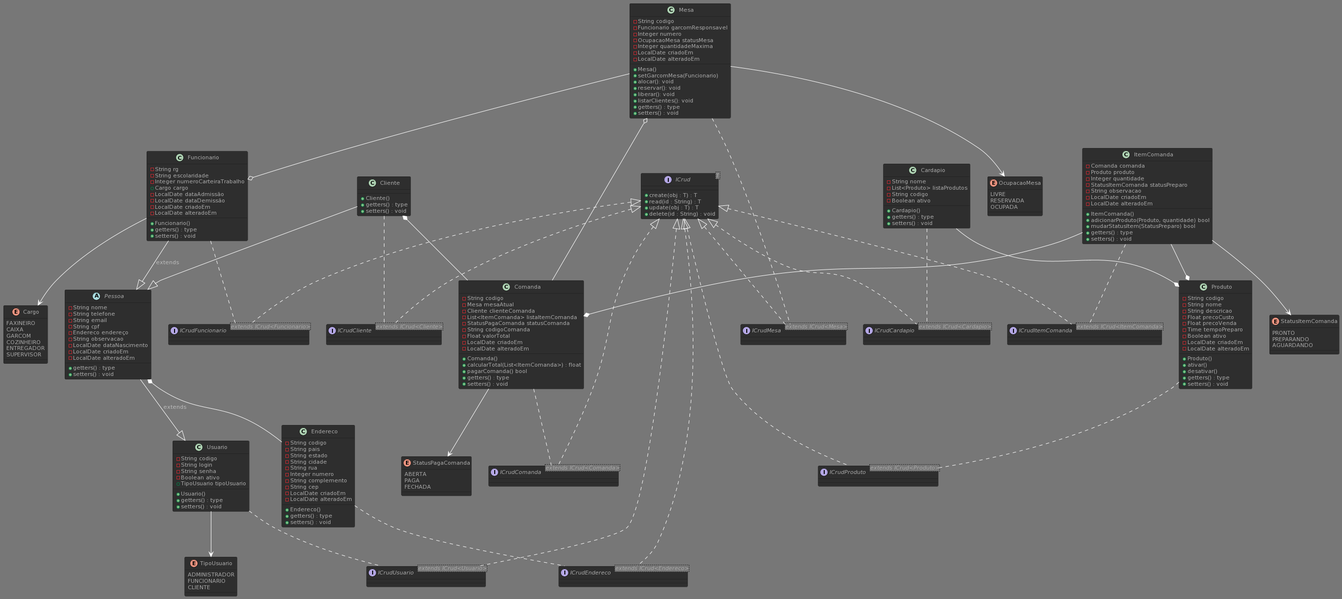
Before: diagrams/4_PlantUML_rendered.png, a diagram exported from PlantUML (tiagospeckart/restaurante). The source it was exported from:
```plantuml
@startuml
!theme reddress-darkblue

class Usuario {
  -String codigo
  -String login
  -String senha
  -Boolean ativo
  +TipoUsuario tipoUsuario
  +Usuario()
	+getters() : type
	+setters() : void
}

abstract class Pessoa {
	-String nome
	-String telefone
	-String email
	-String cpf
	-Endereco endereço
	-String observacao
	-LocalDate dataNascimento
	-LocalDate criadoEm
	-LocalDate alteradoEm
	+getters() : type
	+setters() : void
}

class Cliente {
	+Cliente()
	+getters() : type
	+setters() : void
}

class Funcionario {
	-String rg
	-String escolaridade
	-Integer numeroCarteiraTrabalho
	+Cargo cargo
	-LocalDate dataAdmissão
	-LocalDate dataDemissão
	-LocalDate criadoEm
	-LocalDate alteradoEm
	+Funcionario()
	+getters() : type
	+setters() : void
}

class Endereco {
  -String codigo
	-String pais
	-String estado
	-String cidade
	-String rua
	-Integer numero
	-String complemento
	-String cep
	-LocalDate criadoEm
	-LocalDate alteradoEm
	+Endereco()
	+getters() : type
	+setters() : void
}

class Mesa {
  -String codigo
	-Funcionario garcomResponsavel
	-Integer numero
	-OcupacaoMesa statusMesa
	-Integer quantidadeMaxima
	-LocalDate criadoEm
	-LocalDate alteradoEm
	+Mesa()
	+setGarcomMesa(Funcionario)
	+alocar(): void
	+reservar(): void
	+liberar(): void
	+listarClientes(): void
	+getters() : type
	+setters() : void
}

class Comanda {
  -String codigo
	-Mesa mesaAtual
	-Cliente clienteComanda
	-List<ItemComanda> listaItemComanda
	-StatusPagaComanda statusComanda
	-String codigoComanda
	-Float valorTotal
	-LocalDate criadoEm
	-LocalDate alteradoEm
	+Comanda()
	+calcularTotal(List<ItemComanda>) : float
	+pagarComanda() bool
	+getters() : type
	+setters() : void
}

class Produto {
  -String codigo
	-String nome
	-String descricao
	-Float precoCusto
	-Float precoVenda
	-Time tempoPreparo
	-Boolean ativo
	-LocalDate criadoEm
	-LocalDate alteradoEm
	+Produto()
	+ativar()
	+desativar()
	+getters() : type
	+setters() : void
}

class ItemComanda {
	-Comanda comanda
	-Produto produto
	-Integer quantidade
	-StatusItemComanda statusPreparo
	-String observacao
	-LocalDate criadoEm
	-LocalDate alteradoEm
	+ItemComanda()
	+adicionarProduto(Produto, quantidade) bool
	+mudarStatusItem(StatusPreparo) bool
	+getters() : type
	+setters() : void
}

class Cardapio {
	-String nome
	-List<Produto> listaProdutos
	-String codigo
	-Boolean ativo
	+Cardapio()
	+getters() : type
	+setters() : void
}

enum OcupacaoMesa {
	LIVRE
	RESERVADA
	OCUPADA
}

enum StatusItemComanda {
	PRONTO
	PREPARANDO
	AGUARDANDO
}

enum StatusPagaComanda {
	ABERTA
	PAGA
	FECHADA
}

enum TipoUsuario {
	ADMINISTRADOR
	FUNCIONARIO
	CLIENTE
}

enum Cargo {
  FAXINEIRO
	CAIXA
	GARCOM
	COZINHEIRO
	ENTREGADOR
	SUPERVISOR
}

interface ICrud<T> {
  +create(obj : T) : T
  +read(id : String) : T
  +update(obj : T) : T
  +delete(id : String) : void
}

interface ICrudUsuario<extends ICrud<Usuario>> {
}

interface ICrudCliente<extends ICrud<Cliente>> {
}

interface ICrudFuncionario<extends ICrud<Funcionario>> {
}

interface ICrudEndereco<extends ICrud<Endereco>> {
}

interface ICrudMesa<extends ICrud<Mesa>> {
}

interface ICrudComanda<extends ICrud<Comanda>> {
}

interface ICrudProduto<extends ICrud<Produto>> {
}

interface ICrudItemComanda<extends ICrud<ItemComanda>> {
}

interface ICrudCardapio<extends ICrud<Cardapio>> {
}

ICrud <|.. ICrudUsuario
ICrud <|.. ICrudCliente
ICrud <|.. ICrudFuncionario
ICrud <|.. ICrudEndereco
ICrud <|.. ICrudMesa
ICrud <|.. ICrudComanda
ICrud <|.. ICrudProduto
ICrud <|.. ICrudItemComanda
ICrud <|.. ICrudCardapio

Usuario .. ICrudUsuario
Cliente .. ICrudCliente
Funcionario .. ICrudFuncionario
Endereco .. ICrudEndereco
Mesa .. ICrudMesa
Comanda .. ICrudComanda
Produto .. ICrudProduto
ItemComanda .. ICrudItemComanda
Cardapio .. ICrudCardapio

Usuario --> TipoUsuario
Pessoa --|> Usuario : extends
Pessoa *-- Endereco
Funcionario --|> Pessoa : extends
Funcionario --> Cargo
Cliente --|> Pessoa
Mesa --> OcupacaoMesa
Comanda --> StatusPagaComanda
Mesa o-- Comanda
Mesa --o Funcionario
Cliente *-- Comanda
ItemComanda --> StatusItemComanda
ItemComanda --* Produto
ItemComanda --* Comanda
Cardapio --* Produto
@enduml
```
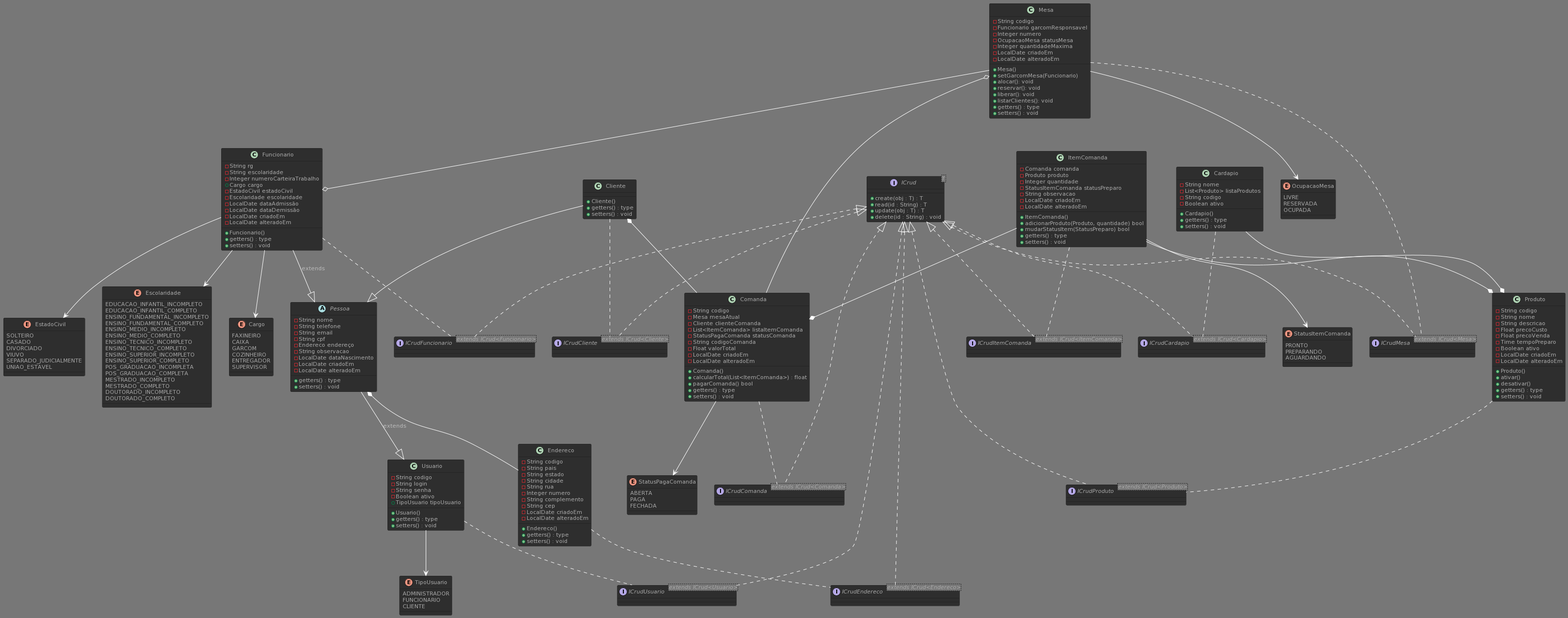
After the change.

Commit message:
updated Funcionario enums

The edit, as a diff of the source:
```diff
@@ -37,6 +37,8 @@
 	-String escolaridade
 	-Integer numeroCarteiraTrabalho
 	+Cargo cargo
+	-EstadoCivil estadoCivil
+	-Escolaridade escolaridade
 	-LocalDate dataAdmissão
 	-LocalDate dataDemissão
 	-LocalDate criadoEm
@@ -164,12 +166,40 @@
 }
 
 enum Cargo {
-  FAXINEIRO
+  	FAXINEIRO
 	CAIXA
 	GARCOM
 	COZINHEIRO
 	ENTREGADOR
 	SUPERVISOR
+}
+
+enum EstadoCivil {
+    SOLTEIRO
+    CASADO
+    DIVORCIADO
+    VIUVO
+    SEPARADO_JUDICIALMENTE
+    UNIAO_ESTAVEL
+}
+
+enum Escolaridade {
+  EDUCACAO_INFANTIL_INCOMPLETO
+    EDUCACAO_INFANTIL_COMPLETO
+    ENSINO_FUNDAMENTAL_INCOMPLETO
+    ENSINO_FUNDAMENTAL_COMPLETO
+    ENSINO_MEDIO_INCOMPLETO
+    ENSINO_MEDIO_COMPLETO
+    ENSINO_TECNICO_INCOMPLETO
+    ENSINO_TECNICO_COMPLETO
+    ENSINO_SUPERIOR_INCOMPLETO
+    ENSINO_SUPERIOR_COMPLETO
+    POS_GRADUACAO_INCOMPLETA
+    POS_GRADUACAO_COMPLETA
+    MESTRADO_INCOMPLETO
+    MESTRADO_COMPLETO
+    DOUTORADO_INCOMPLETO
+    DOUTORADO_COMPLETO
 }
 
 interface ICrud<T> {
@@ -231,6 +261,8 @@
 Pessoa *-- Endereco
 Funcionario --|> Pessoa : extends
 Funcionario --> Cargo
+Funcionario --> EstadoCivil
+Funcionario --> Escolaridade
 Cliente --|> Pessoa
 Mesa --> OcupacaoMesa
 Comanda --> StatusPagaComanda
```
